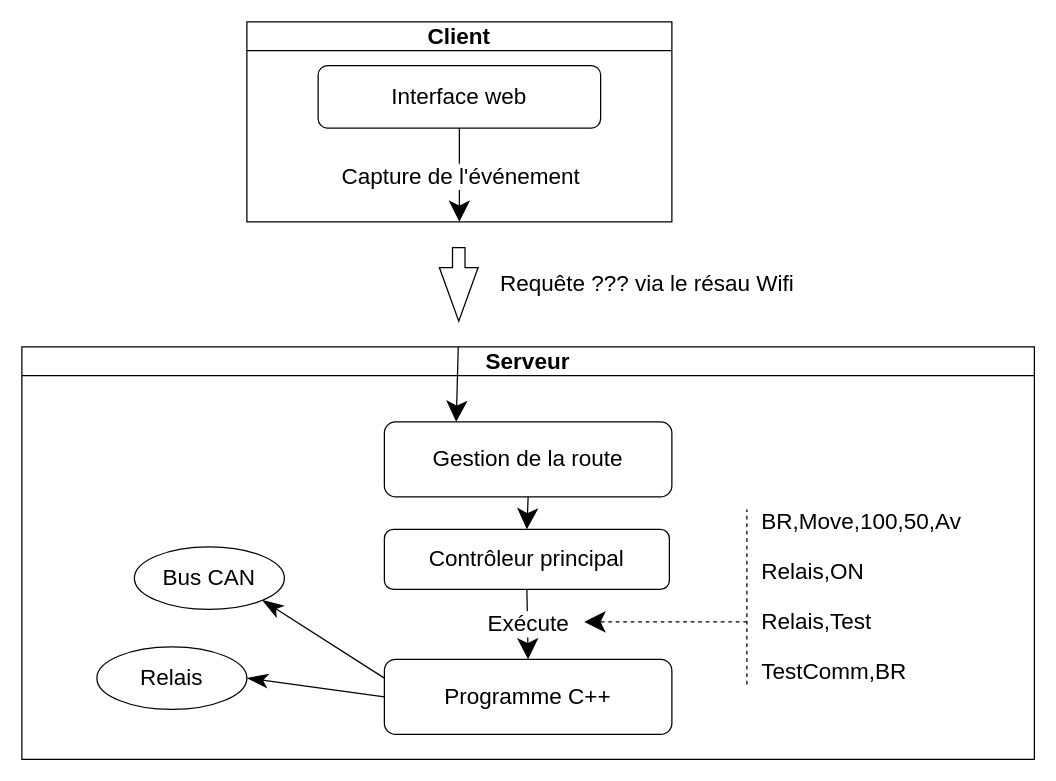
Before: page "Evénement" (3 of 4) of Schémas.drawio in RobotechNancy/interface_maintenance, a draw.io diagram. Source tidied: cells renumbered, new cells numbered last; positions are measured from the earlier drawing's top-left corner, leaving out a move shared by most shapes. Both pictures are drawn from the tidied source at 125%, with x=0, y=0 at pixel (21, 21).
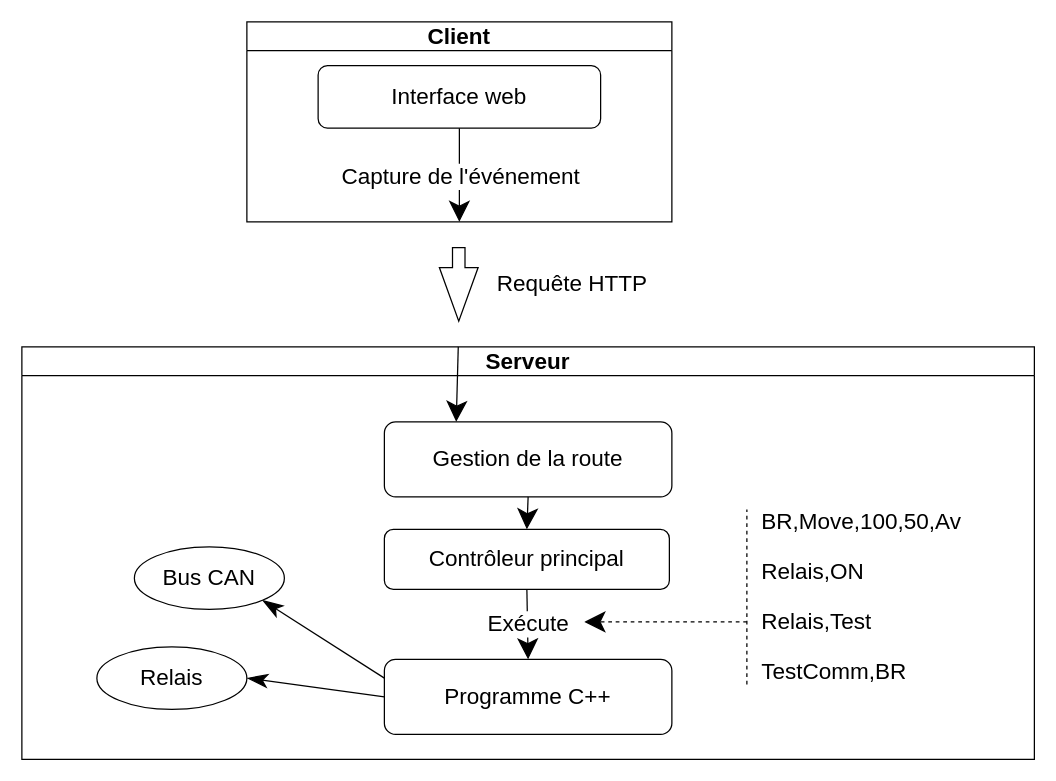
The same page after the edit.

Diff of the diagram source:
```diff
@@
-    <mxCell id="29" value="Requête ??? via le résau Wifi" style="text;html=1;align=center;verticalAlign=middle;strokeColor=none;fillColor=none;fontSize=18;" parent="1" vertex="1">
-      <mxGeometry x="370" y="190" width="260" height="40" as="geometry" />
+    <mxCell id="29" value="Requête HTTP" style="text;html=1;align=center;verticalAlign=middle;strokeColor=none;fillColor=none;fontSize=18;" parent="1" vertex="1">
+      <mxGeometry x="370" y="190" width="140" height="40" as="geometry" />
     </mxCell>
```
